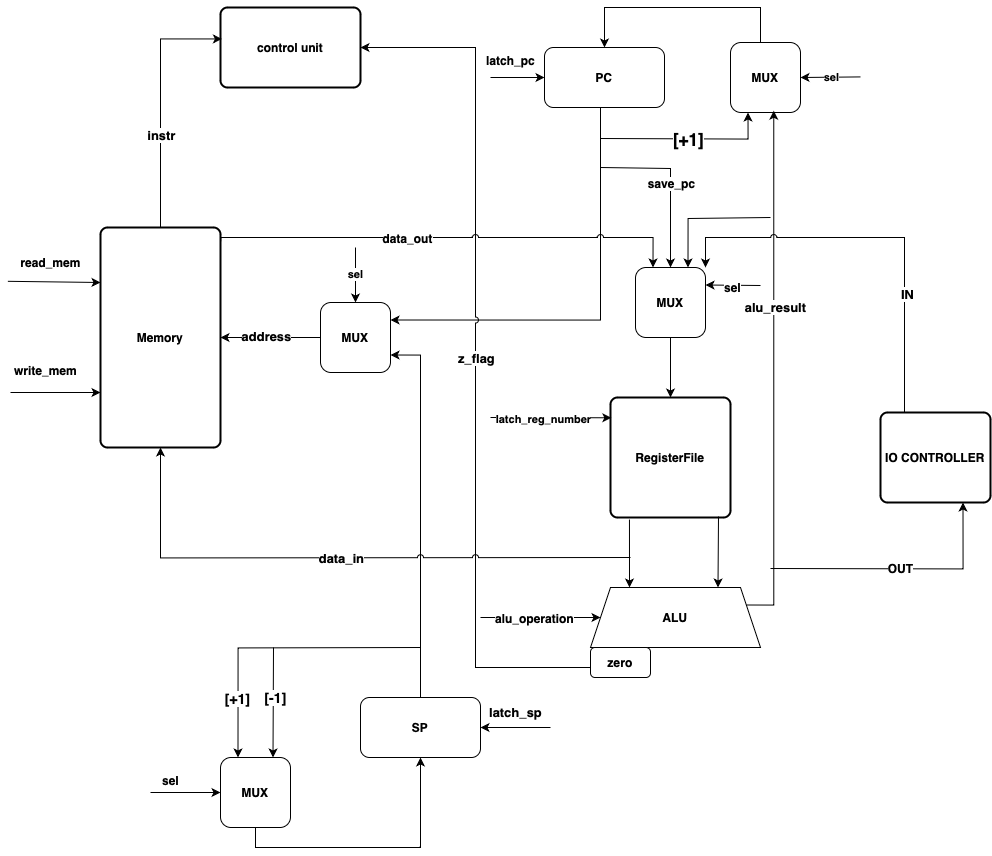
ArslanEfimov/Risc_processor_ac keeps this draw.io diagram as images/DataPath.drawio.png. Above is the earlier version. Source tidied: cells renumbered, new cells last; positions are measured from the earlier drawing's top-left corner, leaving out a move shared by most shapes.
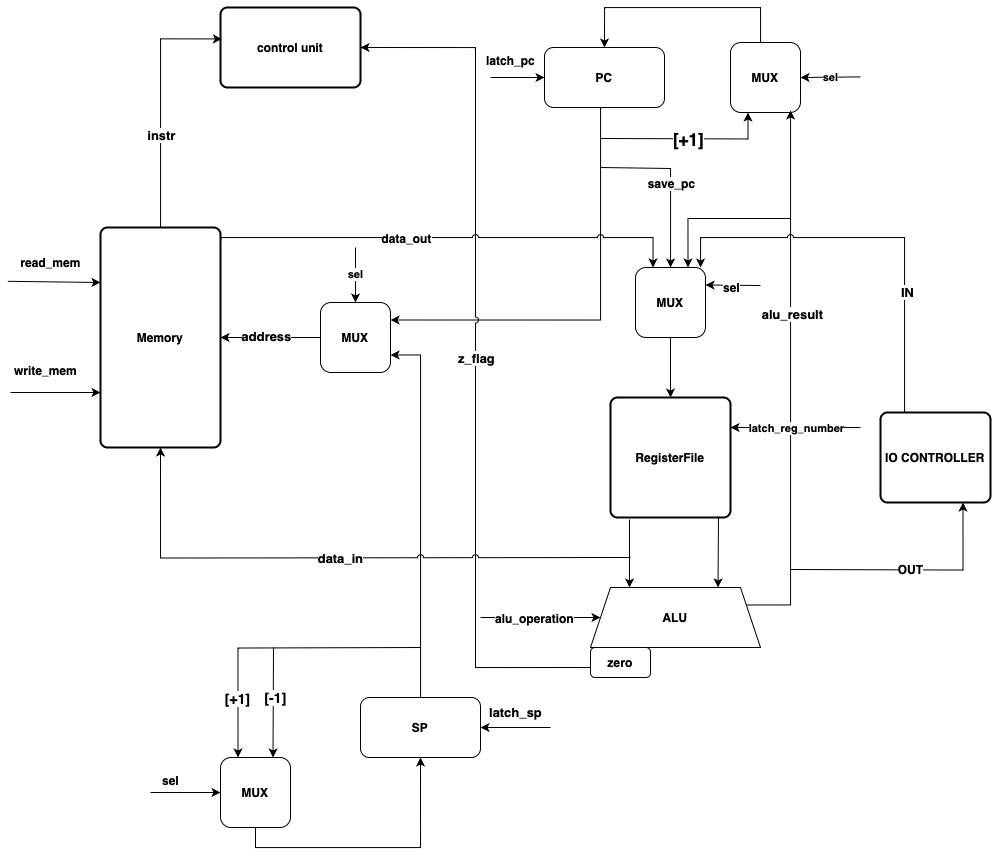
Above is the later version.

Diff of the diagram source:
```diff
@@ -137,16 +137,6 @@
     <mxCell id="34" value="&lt;b&gt;&lt;font style=&quot;font-size: 13px;&quot;&gt;data_in&lt;/font&gt;&lt;/b&gt;" style="edgeLabel;html=1;align=center;verticalAlign=middle;" parent="33" vertex="1">
       <mxGeometry relative="1" as="geometry" />
     </mxCell>
-    <mxCell id="35" style="endArrow=classic;html=1;rounded=0;entryX=0.007;entryY=0.169;entryDx=0;entryDy=0;entryPerimeter=0;" parent="1" edge="1" target="5">
-      <mxGeometry relative="1" as="geometry">
-        <mxPoint x="490" y="410" as="sourcePoint" />
-      </mxGeometry>
-    </mxCell>
-    <mxCell id="36" value="&lt;b&gt;latch_reg_number&lt;/b&gt;" style="edgeLabel;html=1;align=center;verticalAlign=middle;" parent="35" vertex="1">
-      <mxGeometry relative="1" as="geometry">
-        <mxPoint x="-8" y="1" as="offset" />
-      </mxGeometry>
-    </mxCell>
     <mxCell id="37" style="endArrow=classic;html=1;rounded=0;edgeStyle=orthogonalEdgeStyle;elbow=vertical;" parent="1" edge="1" target="32">
       <mxGeometry relative="1" as="geometry">
         <mxPoint x="600" y="160" as="sourcePoint" />
@@ -171,10 +161,12 @@
         <mxPoint y="-1" as="offset" />
       </mxGeometry>
     </mxCell>
-    <mxCell id="42" style="endArrow=classic;html=1;rounded=0;exitX=1;exitY=0.25;exitDx=0;exitDy=0;entryX=0.618;entryY=0.975;entryDx=0;entryDy=0;entryPerimeter=0;edgeStyle=orthogonalEdgeStyle;" parent="1" edge="1" source="4" target="21">
+    <mxCell id="42" style="endArrow=classic;html=1;rounded=0;exitX=1;exitY=0.25;exitDx=0;exitDy=0;edgeStyle=orthogonalEdgeStyle;" parent="1" edge="1" source="4">
       <mxGeometry relative="1" as="geometry">
+        <mxPoint x="790" y="103" as="targetPoint" />
         <Array as="points">
-          <mxPoint x="773" y="597" />
+          <mxPoint x="790" y="598" />
+          <mxPoint x="790" y="103" />
         </Array>
       </mxGeometry>
     </mxCell>
@@ -185,7 +177,7 @@
     </mxCell>
     <mxCell id="44" style="endArrow=classic;html=1;rounded=0;entryX=0.75;entryY=0;entryDx=0;entryDy=0;edgeStyle=orthogonalEdgeStyle;" parent="1" edge="1" target="32">
       <mxGeometry relative="1" as="geometry">
-        <mxPoint x="770" y="210" as="sourcePoint" />
+        <mxPoint x="790" y="211" as="sourcePoint" />
         <Array as="points">
           <mxPoint x="687" y="211" />
         </Array>
@@ -222,15 +214,17 @@
     </mxCell>
     <mxCell id="51" value="&lt;b&gt;&lt;font style=&quot;font-size: 12px;&quot;&gt;OUT&lt;/font&gt;&lt;/b&gt;" style="endArrow=classic;html=1;rounded=0;entryX=0.75;entryY=1;entryDx=0;entryDy=0;edgeStyle=orthogonalEdgeStyle;" parent="1" edge="1" target="6">
       <mxGeometry relative="1" as="geometry">
-        <mxPoint x="770" y="561" as="sourcePoint" />
+        <mxPoint x="790" y="562" as="sourcePoint" />
       </mxGeometry>
     </mxCell>
-    <mxCell id="52" style="endArrow=classic;html=1;rounded=0;exitX=0.25;exitY=0;exitDx=0;exitDy=0;entryX=1;entryY=0;entryDx=0;entryDy=0;edgeStyle=orthogonalEdgeStyle;jumpStyle=arc;" parent="1" edge="1" source="6" target="32">
+    <mxCell id="52" style="endArrow=classic;html=1;rounded=0;exitX=0.25;exitY=0;exitDx=0;exitDy=0;edgeStyle=orthogonalEdgeStyle;jumpStyle=arc;" parent="1" edge="1" source="6">
       <mxGeometry relative="1" as="geometry">
+        <mxPoint x="700" y="260" as="targetPoint" />
         <Array as="points">
           <mxPoint x="904" y="405" />
           <mxPoint x="904" y="230" />
-          <mxPoint x="705" y="230" />
+          <mxPoint x="700" y="230" />
+          <mxPoint x="700" y="260" />
         </Array>
       </mxGeometry>
     </mxCell>
@@ -281,5 +275,13 @@
     <mxCell id="63" value="&lt;b&gt;&lt;font style=&quot;font-size: 13px;&quot;&gt;latch_sp&lt;/font&gt;&lt;/b&gt;" style="text;html=1;align=center;verticalAlign=middle;strokeColor=none;fillColor=none;" parent="1" vertex="1">
       <mxGeometry x="475" y="690" width="80" height="30" as="geometry" />
     </mxCell>
+    <mxCell id="64" style="endArrow=classic;html=1;rounded=0;entryX=1;entryY=0.25;entryDx=0;entryDy=0;" parent="1" edge="1" target="5">
+      <mxGeometry relative="1" as="geometry">
+        <mxPoint x="860" y="420" as="sourcePoint" />
+      </mxGeometry>
+    </mxCell>
+    <mxCell id="36" value="&lt;b&gt;latch_reg_number&lt;/b&gt;" style="edgeLabel;html=1;align=center;verticalAlign=middle;" parent="64" vertex="1">
+      <mxGeometry relative="1" as="geometry" />
+    </mxCell>
   </root>
 </mxGraphModel>
```
